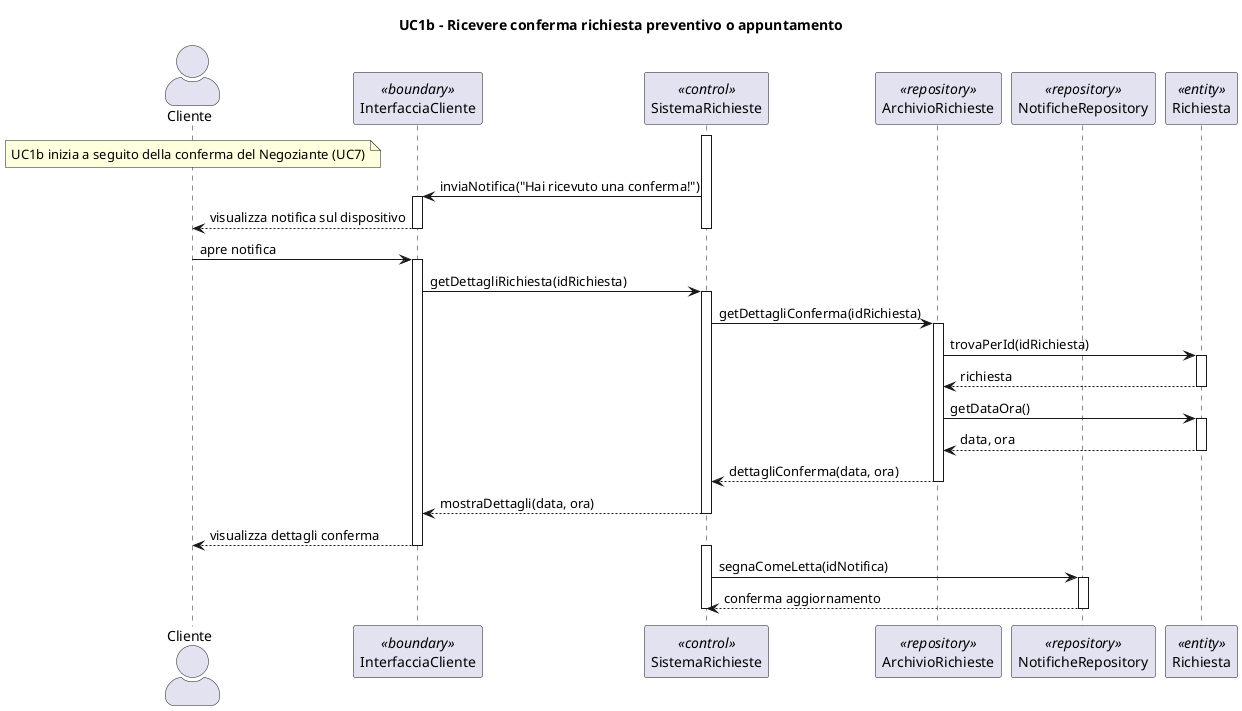
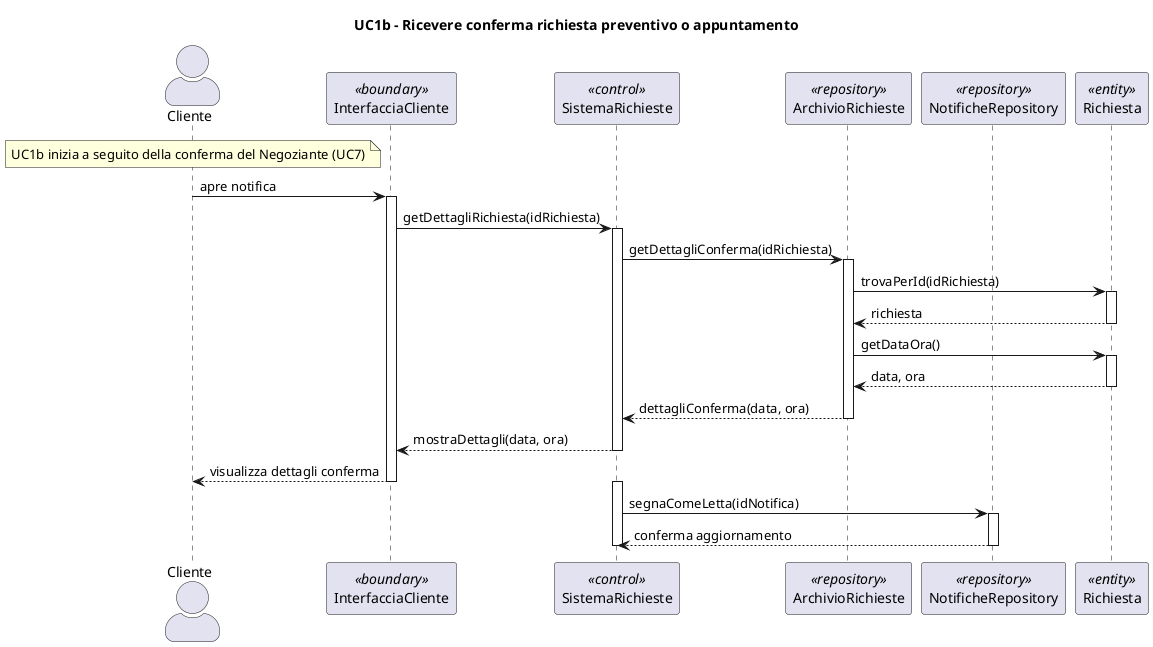
@startuml

skinparam actorStyle awesome

title UC1b - Ricevere conferma richiesta preventivo o appuntamento

actor Cliente
participant "InterfacciaCliente" as BoundaryCli <<boundary>>
participant "SistemaRichieste" as Control <<control>>
participant "ArchivioRichieste" as RepoRichiesta <<repository>>
participant "NotificheRepository" as RepoNotifica <<repository>>
participant "Richiesta" as Richiesta <<entity>>

note over Cliente : UC1b inizia a seguito della conferma del Negoziante (UC7)

- activate Control
- Control -> BoundaryCli : inviaNotifica("Hai ricevuto una conferma!")
- activate BoundaryCli
- BoundaryCli --> Cliente : visualizza notifica sul dispositivo
- deactivate BoundaryCli
- deactivate Control

Cliente -> BoundaryCli : apre notifica
activate BoundaryCli
BoundaryCli -> Control : getDettagliRichiesta(idRichiesta)
activate Control

Control -> RepoRichiesta : getDettagliConferma(idRichiesta)
activate RepoRichiesta

RepoRichiesta -> Richiesta : trovaPerId(idRichiesta)
activate Richiesta
Richiesta --> RepoRichiesta : richiesta
deactivate Richiesta

RepoRichiesta -> Richiesta : getDataOra()
activate Richiesta
Richiesta --> RepoRichiesta : data, ora
deactivate Richiesta

RepoRichiesta --> Control : dettagliConferma(data, ora)
deactivate RepoRichiesta

Control --> BoundaryCli : mostraDettagli(data, ora)
deactivate Control
BoundaryCli --> Cliente : visualizza dettagli conferma
deactivate BoundaryCli

activate Control
Control -> RepoNotifica : segnaComeLetta(idNotifica)
activate RepoNotifica
RepoNotifica --> Control : conferma aggiornamento
deactivate RepoNotifica
deactivate Control

@enduml